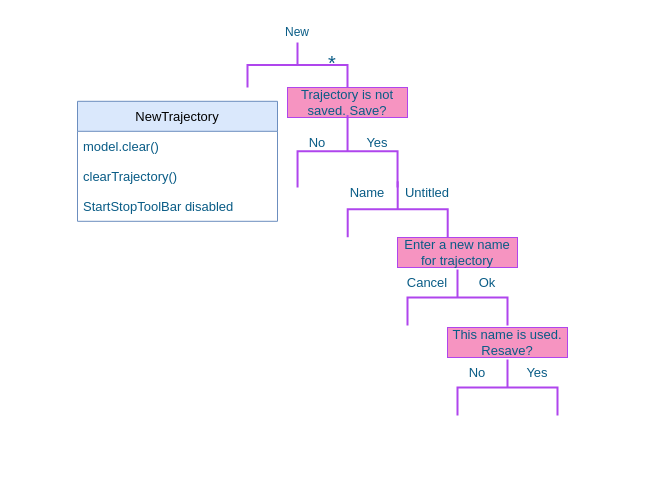
ponBulat/dia keeps this draw.io diagram as NewSaveOpen.drawio. Above is the earlier version. Source tidied: cells renumbered, new cells numbered last; positions are measured from the earlier drawing's top-left corner, leaving out a move shared by most shapes. Both pictures are drawn from the tidied source at 100%, with x=0, y=0 at pixel (77, 15).
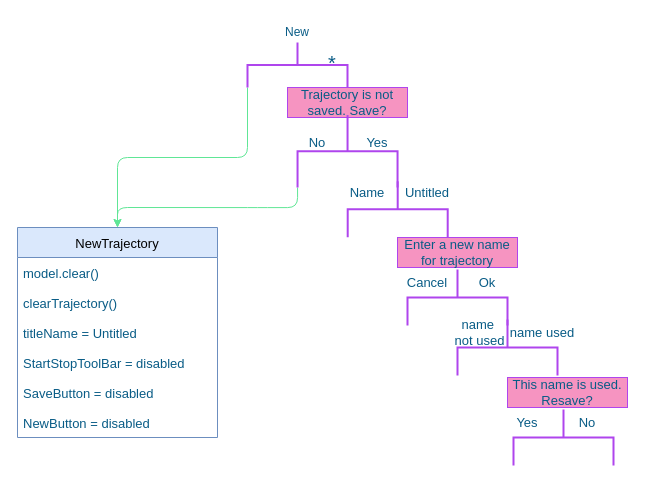
The same diagram, later.

The change refers to these unchanged cells:
```xml
<mxCell id="3" style="strokeWidth=2;html=1;shape=mxgraph.flowchart.annotation_2;align=left;labelPosition=right;rotation=90;fillColor=#F694C1;strokeColor=#AF45ED;fontColor=#095C86;" parent="1" vertex="1">
  <mxGeometry x="197.5" y="-0.5" width="45" height="100" as="geometry" />
</mxCell>
<mxCell id="6" style="strokeWidth=2;html=1;shape=mxgraph.flowchart.annotation_2;align=left;labelPosition=right;rotation=90;fillColor=#F694C1;strokeColor=#AF45ED;fontColor=#095C86;" parent="1" vertex="1">
  <mxGeometry x="233.8" y="85.8" width="72.5" height="100" as="geometry" />
</mxCell>
```

Change to the diagram source:
```diff
@@
+    <mxCell id="24" style="edgeStyle=orthogonalEdgeStyle;curved=0;rounded=1;sketch=0;jettySize=auto;html=1;fontSize=13;fontColor=#095C86;strokeColor=#60E696;fillColor=#F694C1;exitX=1;exitY=1;exitDx=0;exitDy=0;exitPerimeter=0;" parent="1" edge="1" source="3" target="19">
+      <mxGeometry relative="1" as="geometry" />
+    </mxCell>
@@
+    <mxCell id="25" style="edgeStyle=orthogonalEdgeStyle;curved=0;rounded=1;sketch=0;jettySize=auto;html=1;fontSize=13;fontColor=#095C86;strokeColor=#60E696;fillColor=#F694C1;exitX=1;exitY=1;exitDx=0;exitDy=0;exitPerimeter=0;" parent="1" edge="1" source="6" target="19">
+      <mxGeometry relative="1" as="geometry" />
+    </mxCell>
@@
     <mxCell id="16" style="strokeWidth=2;html=1;shape=mxgraph.flowchart.annotation_2;align=left;labelPosition=right;rotation=90;fillColor=#F694C1;strokeColor=#AF45ED;fontColor=#095C86;" parent="1" vertex="1">
-      <mxGeometry x="402" y="322" width="56" height="100" as="geometry" />
+      <mxGeometry x="402" y="282" width="56" height="100" as="geometry" />
     </mxCell>
     <mxCell id="17" value="This name is used. Resave?" style="rounded=0;whiteSpace=wrap;html=1;sketch=0;fontSize=13;fontColor=#095C86;strokeColor=#AF45ED;fillColor=#F694C1;" parent="1" vertex="1">
-      <mxGeometry x="370" y="312" width="120" height="30" as="geometry" />
+      <mxGeometry x="430" y="362" width="120" height="30" as="geometry" />
     </mxCell>
     <mxCell id="18" value="Yes" style="text;html=1;strokeColor=none;fillColor=none;align=center;verticalAlign=middle;whiteSpace=wrap;rounded=0;sketch=0;fontSize=13;fontColor=#095C86;" parent="1" vertex="1">
-      <mxGeometry x="430" y="342" width="60" height="30" as="geometry" />
+      <mxGeometry x="420" y="392" width="60" height="30" as="geometry" />
     </mxCell>
-    <mxCell id="19" value="NewTrajectory" style="swimlane;fontStyle=0;horizontal=1;startSize=30;rounded=0;sketch=0;fontSize=13;strokeColor=#6c8ebf;fillColor=#dae8fc;arcSize=16;" parent="1" vertex="1">
-      <mxGeometry y="85.8" width="200" height="120" as="geometry" />
+    <mxCell id="19" value="NewTrajectory" style="swimlane;fontStyle=0;horizontal=1;startSize=30;rounded=0;sketch=0;fontSize=13;strokeColor=#6c8ebf;fillColor=#dae8fc;arcSize=15;swimlaneLine=1;glass=0;shadow=0;" parent="1" vertex="1">
+      <mxGeometry x="-60" y="212" width="200" height="210" as="geometry" />
     </mxCell>
@@
+    <mxCell id="26" value="titleName = Untitled" style="text;strokeColor=none;fillColor=none;align=left;verticalAlign=middle;spacingLeft=4;spacingRight=4;overflow=hidden;rounded=0;sketch=0;fontSize=13;fontColor=#095C86;" parent="19" vertex="1">
+      <mxGeometry y="90" width="200" height="30" as="geometry" />
+    </mxCell>
-    <mxCell id="22" value="StartStopToolBar disabled" style="text;strokeColor=none;fillColor=none;align=left;verticalAlign=middle;spacingLeft=4;spacingRight=4;overflow=hidden;rounded=0;sketch=0;fontSize=13;fontColor=#095C86;" parent="19" vertex="1">
-      <mxGeometry y="90" width="200" height="30" as="geometry" />
+    <mxCell id="22" value="StartStopToolBar = disabled" style="text;strokeColor=none;fillColor=none;align=left;verticalAlign=middle;spacingLeft=4;spacingRight=4;overflow=hidden;rounded=0;sketch=0;fontSize=13;fontColor=#095C86;" parent="19" vertex="1">
+      <mxGeometry y="120" width="200" height="30" as="geometry" />
     </mxCell>
+    <mxCell id="27" value="SaveButton = disabled" style="text;strokeColor=none;fillColor=none;align=left;verticalAlign=middle;spacingLeft=4;spacingRight=4;overflow=hidden;rounded=0;sketch=0;fontSize=13;fontColor=#095C86;" parent="19" vertex="1">
+      <mxGeometry y="150" width="200" height="30" as="geometry" />
+    </mxCell>
+    <mxCell id="28" value="NewButton = disabled" style="text;strokeColor=none;fillColor=none;align=left;verticalAlign=middle;spacingLeft=4;spacingRight=4;overflow=hidden;rounded=0;sketch=0;fontSize=13;fontColor=#095C86;" parent="19" vertex="1">
+      <mxGeometry y="180" width="200" height="30" as="geometry" />
+    </mxCell>
     <mxCell id="23" value="No" style="text;html=1;strokeColor=none;fillColor=none;align=center;verticalAlign=middle;whiteSpace=wrap;rounded=0;sketch=0;fontSize=13;fontColor=#095C86;" parent="1" vertex="1">
-      <mxGeometry x="370" y="342" width="60" height="30" as="geometry" />
+      <mxGeometry x="480" y="392" width="60" height="30" as="geometry" />
     </mxCell>
+    <mxCell id="29" value="name used" style="text;html=1;strokeColor=none;fillColor=none;align=center;verticalAlign=middle;whiteSpace=wrap;rounded=0;sketch=0;fontSize=13;fontColor=#095C86;" parent="1" vertex="1">
+      <mxGeometry x="430" y="302" width="70" height="30" as="geometry" />
+    </mxCell>
+    <mxCell id="30" value="name&amp;nbsp; not used" style="text;html=1;strokeColor=none;fillColor=none;align=center;verticalAlign=middle;whiteSpace=wrap;rounded=0;sketch=0;fontSize=13;fontColor=#095C86;" parent="1" vertex="1">
+      <mxGeometry x="375" y="302" width="55" height="30" as="geometry" />
+    </mxCell>
+    <mxCell id="31" style="strokeWidth=2;html=1;shape=mxgraph.flowchart.annotation_2;align=left;labelPosition=right;rotation=90;fillColor=#F694C1;strokeColor=#AF45ED;fontColor=#095C86;" parent="1" vertex="1">
+      <mxGeometry x="458" y="372" width="56" height="100" as="geometry" />
+    </mxCell>
```
